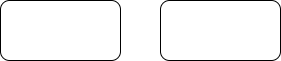
Above: P4/data_pipeline.png in amaye15/OpenClassroom--Machine-Learning-Engineer (draw.io), before the change. Source tidied: cells renumbered, new cells last; positions are measured from the earlier drawing's top-left corner, leaving out a move shared by most shapes.
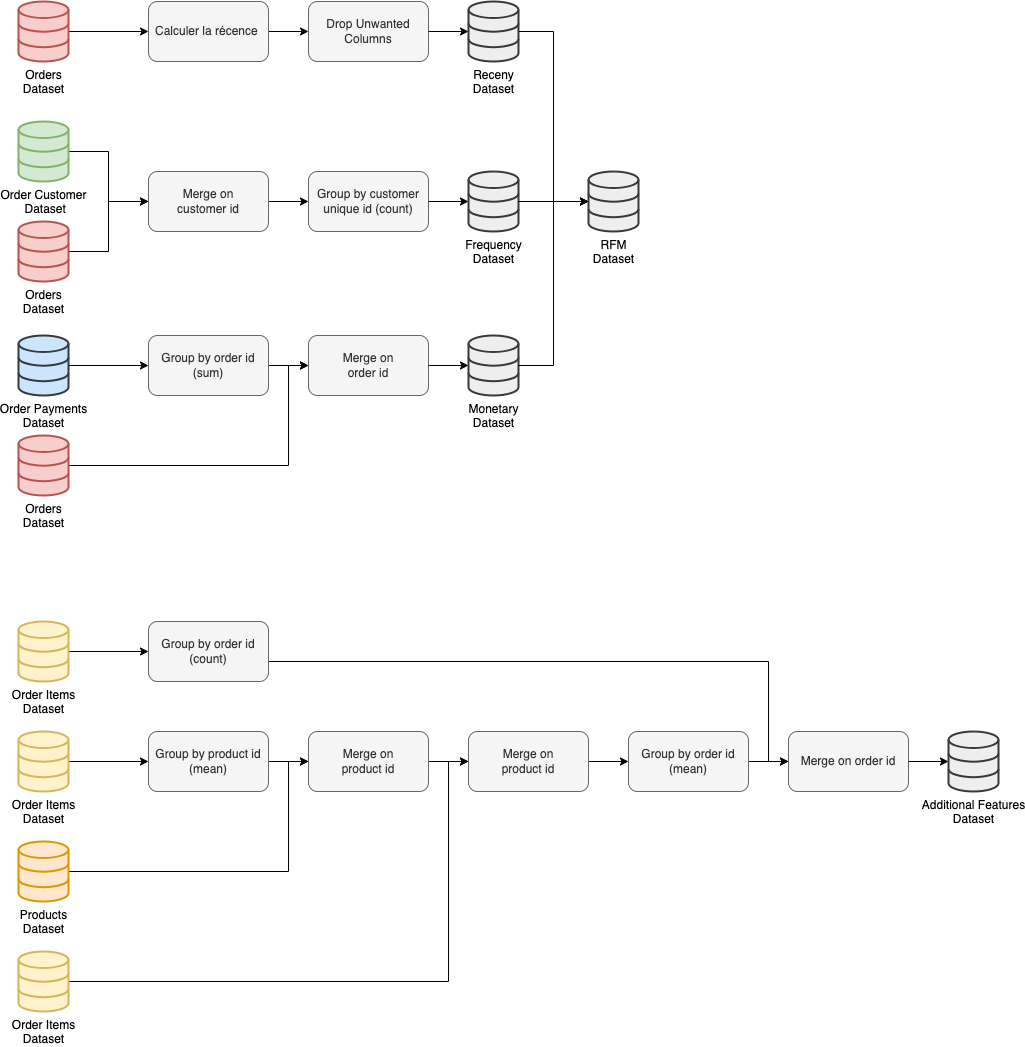
After the commit.

The edit, as a diff of the source:
```diff
@@ -2,11 +2,175 @@
   <root>
     <mxCell id="0" />
     <mxCell id="1" parent="0" />
+    <mxCell id="4" style="edgeStyle=orthogonalEdgeStyle;rounded=0;jettySize=auto;html=1;exitX=1;exitY=0.5;exitDx=0;exitDy=0;entryX=0;entryY=0.5;entryDx=0;entryDy=0;" parent="1" edge="1" source="2" target="13">
+      <mxGeometry relative="1" as="geometry" />
+    </mxCell>
-    <mxCell id="2" style="rounded=1;whiteSpace=wrap;html=1;" parent="1" vertex="1">
+    <mxCell id="2" value="Calculer la récence&amp;nbsp;" style="rounded=1;whiteSpace=wrap;html=1;fillColor=#f5f5f5;fontColor=#333333;strokeColor=#666666;" parent="1" vertex="1">
       <mxGeometry width="120" height="60" as="geometry" />
     </mxCell>
-    <mxCell id="3" style="rounded=1;whiteSpace=wrap;html=1;" parent="1" vertex="1">
-      <mxGeometry x="160" width="120" height="60" as="geometry" />
-    </mxCell>
+    <mxCell id="5" style="edgeStyle=orthogonalEdgeStyle;rounded=0;jettySize=auto;html=1;exitX=1;exitY=0.5;exitDx=0;exitDy=0;exitPerimeter=0;entryX=0;entryY=0.5;entryDx=0;entryDy=0;" parent="1" edge="1" source="6" target="2">
+      <mxGeometry relative="1" as="geometry" />
+    </mxCell>
+    <mxCell id="6" value="Orders &lt;br&gt;Dataset" style="html=1;verticalLabelPosition=bottom;align=center;labelBackgroundColor=#ffffff;verticalAlign=top;strokeWidth=2;strokeColor=#b85450;shadow=0;dashed=0;shape=mxgraph.ios7.icons.data;fillColor=#f8cecc;points=[[0,0.5,0,0,0],[1,0.5,0,0,0]];" parent="1" vertex="1">
+      <mxGeometry x="-130" width="50" height="60" as="geometry" />
+    </mxCell>
+    <mxCell id="7" style="edgeStyle=orthogonalEdgeStyle;rounded=0;jettySize=auto;html=1;exitX=1;exitY=0.5;exitDx=0;exitDy=0;entryX=0;entryY=0.5;entryDx=0;entryDy=0;" parent="1" edge="1" source="8" target="16">
+      <mxGeometry relative="1" as="geometry" />
+    </mxCell>
+    <mxCell id="8" value="Merge on &lt;br&gt;customer id" style="rounded=1;whiteSpace=wrap;html=1;fillColor=#f5f5f5;fontColor=#333333;strokeColor=#666666;" parent="1" vertex="1">
+      <mxGeometry y="170" width="120" height="60" as="geometry" />
+    </mxCell>
+    <mxCell id="9" style="edgeStyle=orthogonalEdgeStyle;rounded=0;jettySize=auto;html=1;exitX=1;exitY=0.5;exitDx=0;exitDy=0;exitPerimeter=0;entryX=0;entryY=0.5;entryDx=0;entryDy=0;" parent="1" edge="1" source="10" target="8">
+      <mxGeometry relative="1" as="geometry" />
+    </mxCell>
+    <mxCell id="10" value="Order Customer&lt;br&gt;&amp;nbsp;Dataset" style="html=1;verticalLabelPosition=bottom;align=center;labelBackgroundColor=#ffffff;verticalAlign=top;strokeWidth=2;strokeColor=#82b366;shadow=0;dashed=0;shape=mxgraph.ios7.icons.data;fillColor=#d5e8d4;points=[[0,0.5,0,0,0],[1,0.5,0,0,0]];" parent="1" vertex="1">
+      <mxGeometry x="-130" y="120" width="50" height="60" as="geometry" />
+    </mxCell>
+    <mxCell id="11" style="edgeStyle=orthogonalEdgeStyle;rounded=0;jettySize=auto;html=1;exitX=1;exitY=0.5;exitDx=0;exitDy=0;exitPerimeter=0;entryX=0;entryY=0.5;entryDx=0;entryDy=0;" parent="1" edge="1" source="12" target="8">
+      <mxGeometry relative="1" as="geometry" />
+    </mxCell>
+    <mxCell id="12" value="Orders &lt;br&gt;Dataset" style="html=1;verticalLabelPosition=bottom;align=center;labelBackgroundColor=#ffffff;verticalAlign=top;strokeWidth=2;strokeColor=#b85450;shadow=0;dashed=0;shape=mxgraph.ios7.icons.data;fillColor=#f8cecc;points=[[0,0.5,0,0,0],[1,0.5,0,0,0]];" parent="1" vertex="1">
+      <mxGeometry x="-130" y="220" width="50" height="60" as="geometry" />
+    </mxCell>
+    <mxCell id="13" value="Drop Unwanted Columns" style="rounded=1;whiteSpace=wrap;html=1;fillColor=#f5f5f5;fontColor=#333333;strokeColor=#666666;" parent="1" vertex="1">
+      <mxGeometry x="160" width="120" height="60" as="geometry" />
+    </mxCell>
+    <mxCell id="14" value="Receny &lt;br&gt;Dataset" style="html=1;verticalLabelPosition=bottom;align=center;labelBackgroundColor=#ffffff;verticalAlign=top;strokeWidth=2;strokeColor=#36393d;shadow=0;dashed=0;shape=mxgraph.ios7.icons.data;fillColor=#eeeeee;points=[[0,0.5,0,0,0],[1,0.5,0,0,0]];" parent="1" vertex="1">
+      <mxGeometry x="320" width="50" height="60" as="geometry" />
+    </mxCell>
+    <mxCell id="15" style="edgeStyle=orthogonalEdgeStyle;rounded=0;jettySize=auto;html=1;exitX=1;exitY=0.5;exitDx=0;exitDy=0;entryX=0;entryY=0.5;entryDx=0;entryDy=0;entryPerimeter=0;" parent="1" edge="1" source="13" target="14">
+      <mxGeometry relative="1" as="geometry" />
+    </mxCell>
+    <mxCell id="16" value="Group by customer unique id (count)" style="rounded=1;whiteSpace=wrap;html=1;fillColor=#f5f5f5;fontColor=#333333;strokeColor=#666666;" parent="1" vertex="1">
+      <mxGeometry x="160" y="170" width="120" height="60" as="geometry" />
+    </mxCell>
+    <mxCell id="17" value="Frequency &lt;br&gt;Dataset" style="html=1;verticalLabelPosition=bottom;align=center;labelBackgroundColor=#ffffff;verticalAlign=top;strokeWidth=2;strokeColor=#36393d;shadow=0;dashed=0;shape=mxgraph.ios7.icons.data;fillColor=#eeeeee;points=[[0,0.5,0,0,0],[1,0.5,0,0,0]];" parent="1" vertex="1">
+      <mxGeometry x="320" y="170" width="50" height="60" as="geometry" />
+    </mxCell>
+    <mxCell id="18" style="edgeStyle=orthogonalEdgeStyle;rounded=0;jettySize=auto;html=1;exitX=1;exitY=0.5;exitDx=0;exitDy=0;entryX=0;entryY=0.5;entryDx=0;entryDy=0;entryPerimeter=0;" parent="1" edge="1" source="16" target="17">
+      <mxGeometry relative="1" as="geometry" />
+    </mxCell>
+    <mxCell id="19" style="edgeStyle=orthogonalEdgeStyle;rounded=0;jettySize=auto;html=1;exitX=1;exitY=0.5;exitDx=0;exitDy=0;exitPerimeter=0;entryX=0;entryY=0.5;entryDx=0;entryDy=0;" parent="1" edge="1" source="20" target="24">
+      <mxGeometry relative="1" as="geometry" />
+    </mxCell>
+    <mxCell id="20" value="Order Payments&lt;br&gt;Dataset" style="html=1;verticalLabelPosition=bottom;align=center;labelBackgroundColor=#ffffff;verticalAlign=top;strokeWidth=2;strokeColor=#36393d;shadow=0;dashed=0;shape=mxgraph.ios7.icons.data;fillColor=#cce5ff;points=[[0,0.5,0,0,0],[1,0.5,0,0,0]];" parent="1" vertex="1">
+      <mxGeometry x="-130" y="334" width="50" height="60" as="geometry" />
+    </mxCell>
+    <mxCell id="21" style="edgeStyle=orthogonalEdgeStyle;rounded=0;jettySize=auto;html=1;exitX=1;exitY=0.5;exitDx=0;exitDy=0;exitPerimeter=0;entryX=0;entryY=0.5;entryDx=0;entryDy=0;" parent="1" edge="1" source="22" target="25">
+      <mxGeometry relative="1" as="geometry">
+        <Array as="points">
+          <mxPoint x="140" y="464" />
+          <mxPoint x="140" y="364" />
+        </Array>
+      </mxGeometry>
+    </mxCell>
+    <mxCell id="22" value="Orders &lt;br&gt;Dataset" style="html=1;verticalLabelPosition=bottom;align=center;labelBackgroundColor=#ffffff;verticalAlign=top;strokeWidth=2;strokeColor=#b85450;shadow=0;dashed=0;shape=mxgraph.ios7.icons.data;fillColor=#f8cecc;points=[[0,0.5,0,0,0],[1,0.5,0,0,0]];" parent="1" vertex="1">
+      <mxGeometry x="-130" y="434" width="50" height="60" as="geometry" />
+    </mxCell>
+    <mxCell id="23" style="edgeStyle=orthogonalEdgeStyle;rounded=0;jettySize=auto;html=1;exitX=1;exitY=0.5;exitDx=0;exitDy=0;entryX=0;entryY=0.5;entryDx=0;entryDy=0;" parent="1" edge="1" source="24" target="25">
+      <mxGeometry relative="1" as="geometry" />
+    </mxCell>
+    <mxCell id="24" value="Group by order id (sum)" style="rounded=1;whiteSpace=wrap;html=1;fillColor=#f5f5f5;fontColor=#333333;strokeColor=#666666;" parent="1" vertex="1">
+      <mxGeometry y="334" width="120" height="60" as="geometry" />
+    </mxCell>
+    <mxCell id="25" value="Merge on &lt;br&gt;order id" style="rounded=1;whiteSpace=wrap;html=1;fillColor=#f5f5f5;fontColor=#333333;strokeColor=#666666;" parent="1" vertex="1">
+      <mxGeometry x="160" y="334" width="120" height="60" as="geometry" />
+    </mxCell>
+    <mxCell id="26" value="Monetary&lt;br&gt;Dataset" style="html=1;verticalLabelPosition=bottom;align=center;labelBackgroundColor=#ffffff;verticalAlign=top;strokeWidth=2;strokeColor=#36393d;shadow=0;dashed=0;shape=mxgraph.ios7.icons.data;fillColor=#eeeeee;points=[[0,0.5,0,0,0],[1,0.5,0,0,0]];" parent="1" vertex="1">
+      <mxGeometry x="320" y="334" width="50" height="60" as="geometry" />
+    </mxCell>
+    <mxCell id="27" style="edgeStyle=orthogonalEdgeStyle;rounded=0;jettySize=auto;html=1;exitX=1;exitY=0.5;exitDx=0;exitDy=0;entryX=0;entryY=0.5;entryDx=0;entryDy=0;entryPerimeter=0;" parent="1" edge="1" source="25" target="26">
+      <mxGeometry relative="1" as="geometry" />
+    </mxCell>
+    <mxCell id="28" value="RFM&lt;br&gt;Dataset" style="html=1;verticalLabelPosition=bottom;align=center;labelBackgroundColor=#ffffff;verticalAlign=top;strokeWidth=2;strokeColor=#36393d;shadow=0;dashed=0;shape=mxgraph.ios7.icons.data;fillColor=#eeeeee;points=[[0,0.5,0,0,0],[1,0.5,0,0,0]];" parent="1" vertex="1">
+      <mxGeometry x="440" y="170" width="50" height="60" as="geometry" />
+    </mxCell>
+    <mxCell id="29" style="edgeStyle=orthogonalEdgeStyle;rounded=0;jettySize=auto;html=1;exitX=1;exitY=0.5;exitDx=0;exitDy=0;exitPerimeter=0;entryX=0;entryY=0.5;entryDx=0;entryDy=0;" parent="1" edge="1" source="30" target="32">
+      <mxGeometry relative="1" as="geometry" />
+    </mxCell>
+    <mxCell id="30" value="Order Items&lt;br&gt;Dataset" style="html=1;verticalLabelPosition=bottom;align=center;labelBackgroundColor=#ffffff;verticalAlign=top;strokeWidth=2;strokeColor=#d6b656;shadow=0;dashed=0;shape=mxgraph.ios7.icons.data;fillColor=#fff2cc;points=[[0,0.5,0,0,0],[1,0.5,0,0,0]];" parent="1" vertex="1">
+      <mxGeometry x="-130" y="620" width="50" height="60" as="geometry" />
+    </mxCell>
+    <mxCell id="31" style="edgeStyle=orthogonalEdgeStyle;rounded=0;jettySize=auto;html=1;exitX=1;exitY=0.5;exitDx=0;exitDy=0;entryX=0;entryY=0.5;entryDx=0;entryDy=0;" parent="1" edge="1" source="32" target="47">
+      <mxGeometry relative="1" as="geometry">
+        <Array as="points">
+          <mxPoint x="620" y="660" />
+          <mxPoint x="620" y="760" />
+        </Array>
+      </mxGeometry>
+    </mxCell>
+    <mxCell id="32" value="Group by order id (count)" style="rounded=1;whiteSpace=wrap;html=1;fillColor=#f5f5f5;fontColor=#333333;strokeColor=#666666;" parent="1" vertex="1">
+      <mxGeometry y="620" width="120" height="60" as="geometry" />
+    </mxCell>
+    <mxCell id="33" style="edgeStyle=orthogonalEdgeStyle;rounded=0;jettySize=auto;html=1;exitX=1;exitY=0.5;exitDx=0;exitDy=0;exitPerimeter=0;" parent="1" edge="1" source="34" target="36">
+      <mxGeometry relative="1" as="geometry" />
+    </mxCell>
+    <mxCell id="34" value="Order Items&lt;br&gt;Dataset" style="html=1;verticalLabelPosition=bottom;align=center;labelBackgroundColor=#ffffff;verticalAlign=top;strokeWidth=2;strokeColor=#d6b656;shadow=0;dashed=0;shape=mxgraph.ios7.icons.data;fillColor=#fff2cc;points=[[0,0.5,0,0,0],[1,0.5,0,0,0]];" parent="1" vertex="1">
+      <mxGeometry x="-130" y="730" width="50" height="60" as="geometry" />
+    </mxCell>
+    <mxCell id="35" style="edgeStyle=orthogonalEdgeStyle;rounded=0;jettySize=auto;html=1;exitX=1;exitY=0.5;exitDx=0;exitDy=0;entryX=0;entryY=0.5;entryDx=0;entryDy=0;" parent="1" edge="1" source="36" target="38">
+      <mxGeometry relative="1" as="geometry" />
+    </mxCell>
+    <mxCell id="36" value="Group by product id (mean)" style="rounded=1;whiteSpace=wrap;html=1;fillColor=#f5f5f5;fontColor=#333333;strokeColor=#666666;" parent="1" vertex="1">
+      <mxGeometry y="730" width="120" height="60" as="geometry" />
+    </mxCell>
+    <mxCell id="37" style="edgeStyle=orthogonalEdgeStyle;rounded=0;jettySize=auto;html=1;exitX=1;exitY=0.5;exitDx=0;exitDy=0;entryX=0;entryY=0.5;entryDx=0;entryDy=0;" parent="1" edge="1" source="38" target="44">
+      <mxGeometry relative="1" as="geometry" />
+    </mxCell>
+    <mxCell id="38" value="Merge on &lt;br&gt;product id" style="rounded=1;whiteSpace=wrap;html=1;fillColor=#f5f5f5;fontColor=#333333;strokeColor=#666666;" parent="1" vertex="1">
+      <mxGeometry x="160" y="730" width="120" height="60" as="geometry" />
+    </mxCell>
+    <mxCell id="39" style="edgeStyle=orthogonalEdgeStyle;rounded=0;jettySize=auto;html=1;exitX=1;exitY=0.5;exitDx=0;exitDy=0;exitPerimeter=0;entryX=0;entryY=0.5;entryDx=0;entryDy=0;" parent="1" edge="1" source="40" target="38">
+      <mxGeometry relative="1" as="geometry">
+        <Array as="points">
+          <mxPoint x="140" y="870" />
+          <mxPoint x="140" y="760" />
+        </Array>
+      </mxGeometry>
+    </mxCell>
+    <mxCell id="40" value="Products&lt;br&gt;Dataset" style="html=1;verticalLabelPosition=bottom;align=center;labelBackgroundColor=#ffffff;verticalAlign=top;strokeWidth=2;strokeColor=#d79b00;shadow=0;dashed=0;shape=mxgraph.ios7.icons.data;fillColor=#ffe6cc;points=[[0,0.5,0,0,0],[1,0.5,0,0,0]];" parent="1" vertex="1">
+      <mxGeometry x="-130" y="840" width="50" height="60" as="geometry" />
+    </mxCell>
+    <mxCell id="41" style="edgeStyle=orthogonalEdgeStyle;rounded=0;jettySize=auto;html=1;exitX=1;exitY=0.5;exitDx=0;exitDy=0;exitPerimeter=0;entryX=0;entryY=0.5;entryDx=0;entryDy=0;" parent="1" edge="1" source="42" target="44">
+      <mxGeometry relative="1" as="geometry">
+        <Array as="points">
+          <mxPoint x="300" y="980" />
+          <mxPoint x="300" y="760" />
+        </Array>
+      </mxGeometry>
+    </mxCell>
+    <mxCell id="42" value="Order Items&lt;br&gt;Dataset" style="html=1;verticalLabelPosition=bottom;align=center;labelBackgroundColor=#ffffff;verticalAlign=top;strokeWidth=2;strokeColor=#d6b656;shadow=0;dashed=0;shape=mxgraph.ios7.icons.data;fillColor=#fff2cc;points=[[0,0.5,0,0,0],[1,0.5,0,0,0]];" parent="1" vertex="1">
+      <mxGeometry x="-130" y="950" width="50" height="60" as="geometry" />
+    </mxCell>
+    <mxCell id="43" style="edgeStyle=orthogonalEdgeStyle;rounded=0;jettySize=auto;html=1;exitX=1;exitY=0.5;exitDx=0;exitDy=0;entryX=0;entryY=0.5;entryDx=0;entryDy=0;" parent="1" edge="1" source="44" target="46">
+      <mxGeometry relative="1" as="geometry" />
+    </mxCell>
+    <mxCell id="44" value="Merge on &lt;br&gt;product id" style="rounded=1;whiteSpace=wrap;html=1;fillColor=#f5f5f5;fontColor=#333333;strokeColor=#666666;" parent="1" vertex="1">
+      <mxGeometry x="320" y="730" width="120" height="60" as="geometry" />
+    </mxCell>
+    <mxCell id="45" style="edgeStyle=orthogonalEdgeStyle;rounded=0;jettySize=auto;html=1;exitX=1;exitY=0.5;exitDx=0;exitDy=0;entryX=0;entryY=0.5;entryDx=0;entryDy=0;" parent="1" edge="1" source="46" target="47">
+      <mxGeometry relative="1" as="geometry" />
+    </mxCell>
+    <mxCell id="46" value="Group by order id (mean)" style="rounded=1;whiteSpace=wrap;html=1;fillColor=#f5f5f5;fontColor=#333333;strokeColor=#666666;" parent="1" vertex="1">
+      <mxGeometry x="480" y="730" width="120" height="60" as="geometry" />
+    </mxCell>
+    <mxCell id="47" value="Merge on order id" style="rounded=1;whiteSpace=wrap;html=1;fillColor=#f5f5f5;fontColor=#333333;strokeColor=#666666;" parent="1" vertex="1">
+      <mxGeometry x="640" y="730" width="120" height="60" as="geometry" />
+    </mxCell>
+    <mxCell id="48" style="edgeStyle=orthogonalEdgeStyle;rounded=0;jettySize=auto;html=1;exitX=1;exitY=0.5;exitDx=0;exitDy=0;exitPerimeter=0;entryX=0;entryY=0.5;entryDx=0;entryDy=0;entryPerimeter=0;" parent="1" edge="1" source="26" target="28">
+      <mxGeometry relative="1" as="geometry" />
+    </mxCell>
+    <mxCell id="49" style="edgeStyle=orthogonalEdgeStyle;rounded=0;jettySize=auto;html=1;exitX=1;exitY=0.5;exitDx=0;exitDy=0;exitPerimeter=0;entryX=0;entryY=0.5;entryDx=0;entryDy=0;entryPerimeter=0;" parent="1" edge="1" source="17" target="28">
+      <mxGeometry relative="1" as="geometry" />
+    </mxCell>
+    <mxCell id="50" style="edgeStyle=orthogonalEdgeStyle;rounded=0;jettySize=auto;html=1;exitX=1;exitY=0.5;exitDx=0;exitDy=0;exitPerimeter=0;entryX=0;entryY=0.5;entryDx=0;entryDy=0;entryPerimeter=0;" parent="1" edge="1" source="14" target="28">
+      <mxGeometry relative="1" as="geometry" />
+    </mxCell>
+    <mxCell id="51" value="Additional Features&lt;br&gt;Dataset" style="html=1;verticalLabelPosition=bottom;align=center;labelBackgroundColor=#ffffff;verticalAlign=top;strokeWidth=2;strokeColor=#36393d;shadow=0;dashed=0;shape=mxgraph.ios7.icons.data;fillColor=#eeeeee;points=[[0,0.5,0,0,0],[1,0.5,0,0,0]];" parent="1" vertex="1">
+      <mxGeometry x="800" y="730" width="50" height="60" as="geometry" />
+    </mxCell>
+    <mxCell id="52" style="edgeStyle=orthogonalEdgeStyle;rounded=0;jettySize=auto;html=1;exitX=1;exitY=0.5;exitDx=0;exitDy=0;entryX=0;entryY=0.5;entryDx=0;entryDy=0;entryPerimeter=0;" parent="1" edge="1" source="47" target="51">
+      <mxGeometry relative="1" as="geometry" />
+    </mxCell>
   </root>
 </mxGraphModel>
```
